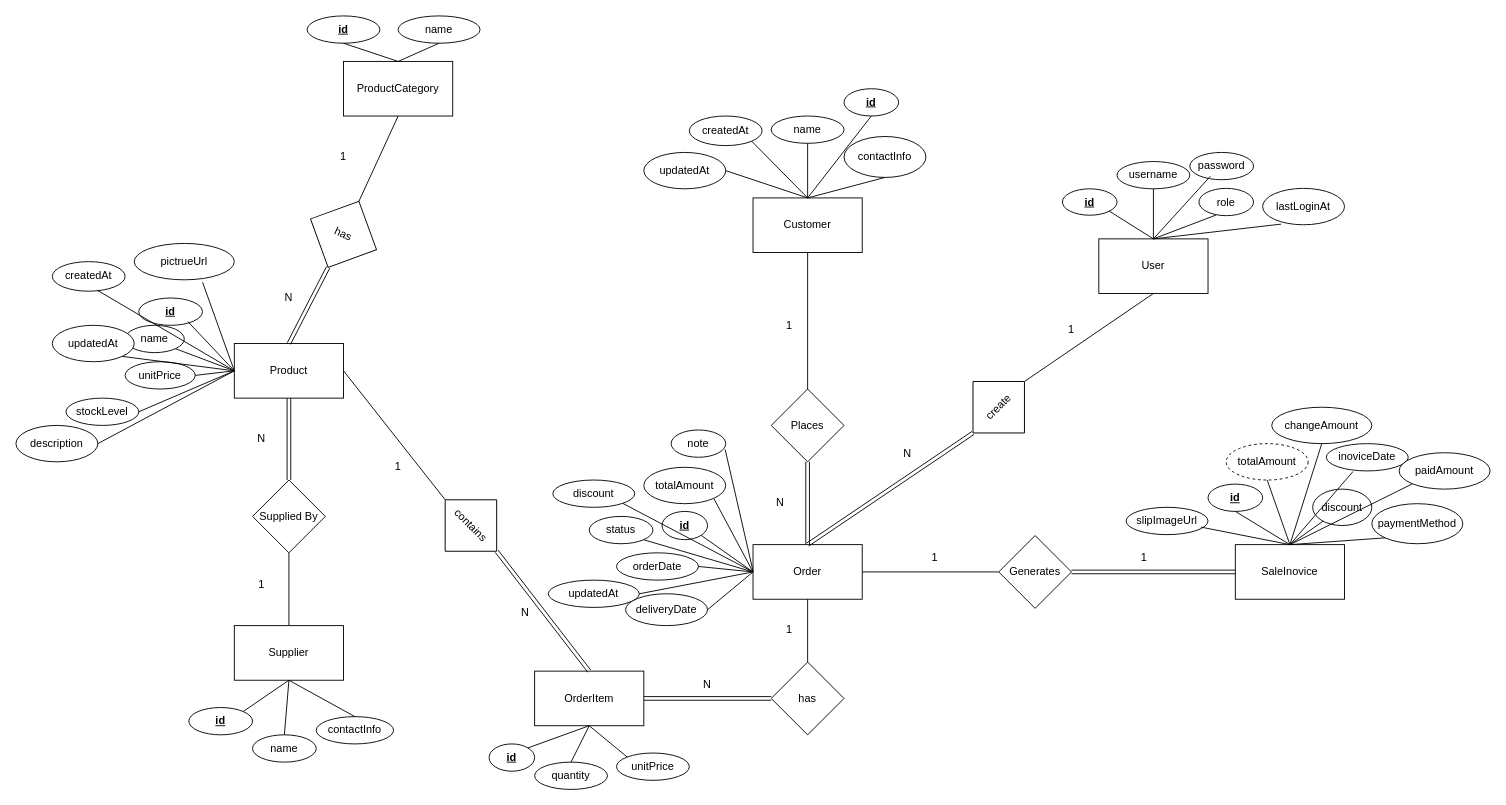
Before: Er Diagram - POS.drawio in firstone6408/KKU-SoftwareDesign-Project-POS, a draw.io diagram. Source tidied: cells renumbered, new cells numbered last; positions are measured from the earlier drawing's top-left corner, leaving out a move shared by most shapes. Both pictures are drawn from the tidied source at 91%, with x=0, y=0 at pixel (15, 15).
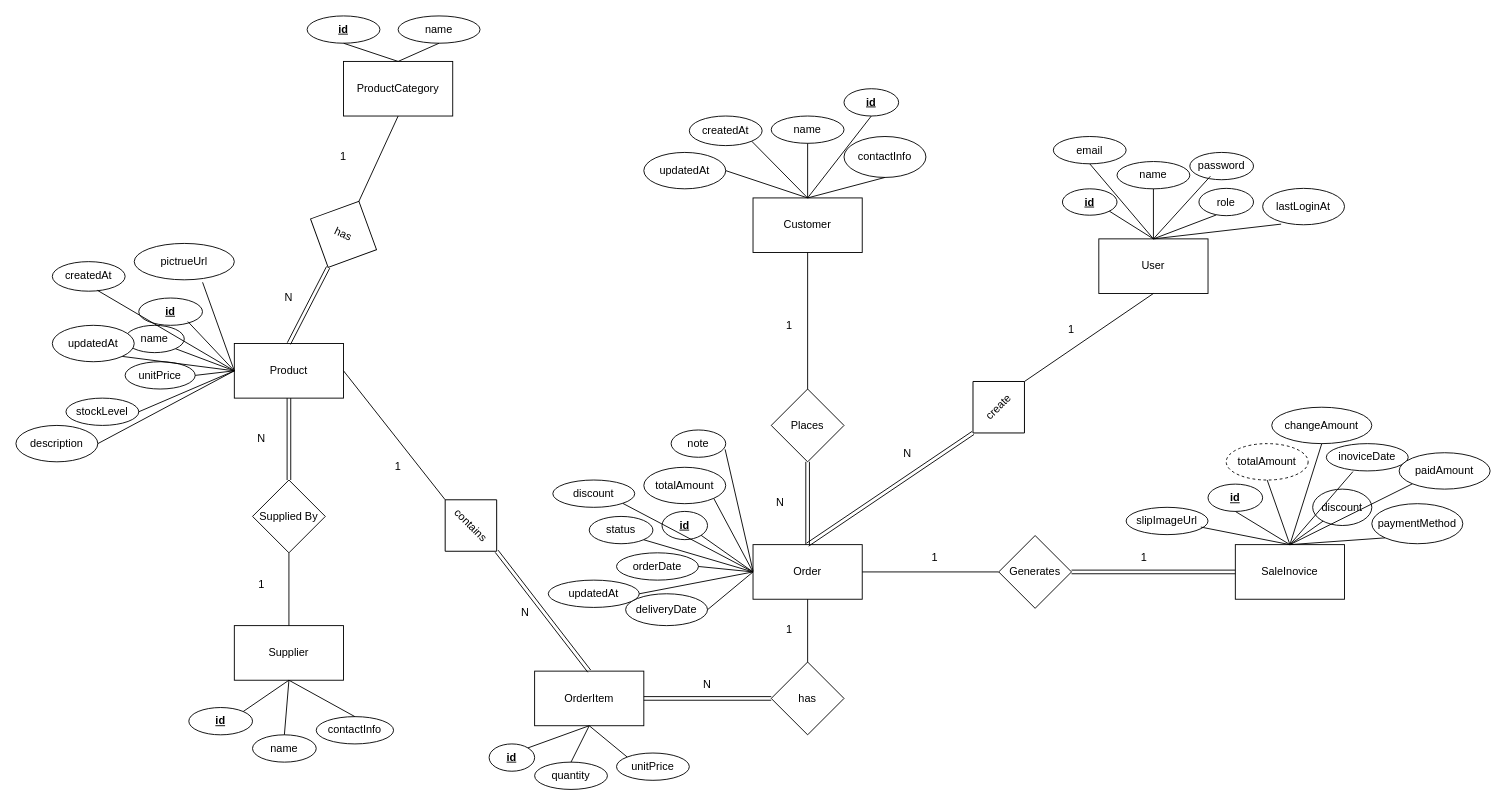
After the change.

Unchanged cells that the change refers to:
```xml
<mxCell id="113" value="User" style="rounded=0;whiteSpace=wrap;html=1;" parent="1" vertex="1">
  <mxGeometry x="1190" y="245" width="120" height="60" as="geometry" />
</mxCell>
```

Diff of the diagram source:
```diff
@@
-    <mxCell id="116" value="username" style="ellipse;whiteSpace=wrap;html=1;" parent="1" vertex="1">
+    <mxCell id="116" value="name" style="ellipse;whiteSpace=wrap;html=1;" parent="1" vertex="1">
       <mxGeometry x="1210" y="160" width="80" height="30" as="geometry" />
     </mxCell>
@@
+    <mxCell id="129" value="email" style="ellipse;whiteSpace=wrap;html=1;" parent="1" vertex="1">
+      <mxGeometry x="1140" y="132.5" width="80" height="30" as="geometry" />
+    </mxCell>
+    <mxCell id="130" style="endArrow=none;html=1;entryX=0.5;entryY=1;entryDx=0;entryDy=0;exitX=0.5;exitY=0;exitDx=0;exitDy=0;" parent="1" edge="1" source="113" target="129">
+      <mxGeometry relative="1" as="geometry" />
+    </mxCell>
```
